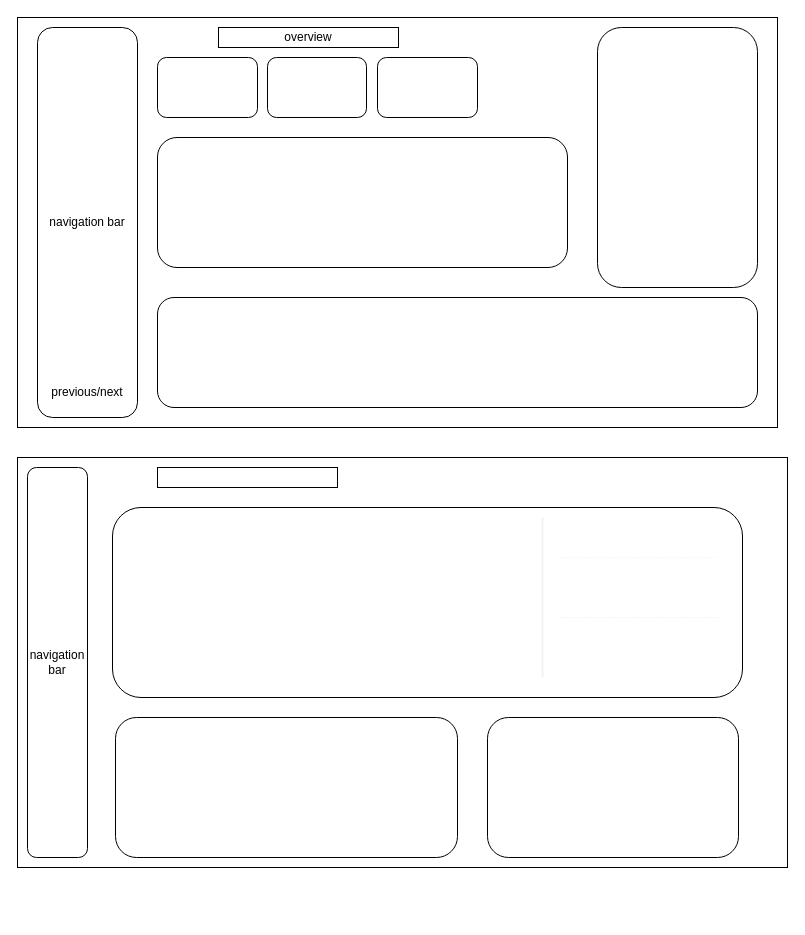
Above: dashboard sketch.drawio in tmaks7/PROJECT-1 (draw.io), before the change. Source tidied: cells renumbered, new cells numbered last; positions are measured from the earlier drawing's top-left corner, leaving out a move shared by most shapes. Both pictures are drawn from the tidied source at 100%, with x=0, y=0 at pixel (17, 17).
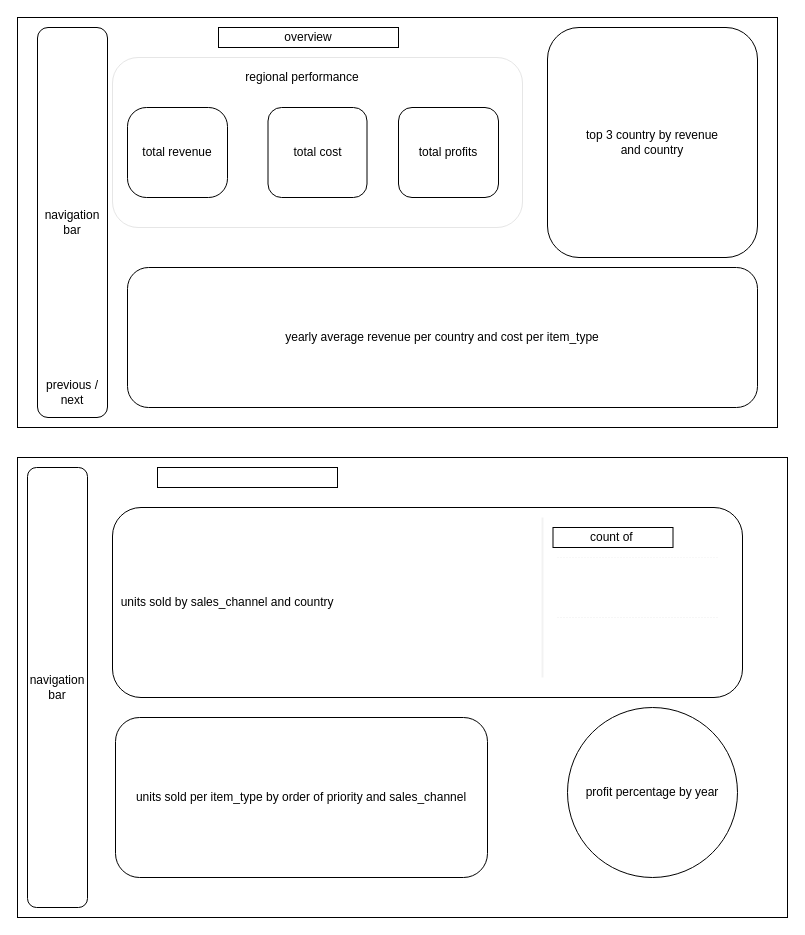
Above is the later version.

Diff of the diagram source:
```diff
@@
     <mxCell id="3" value="navigation bar" style="rounded=1;whiteSpace=wrap;html=1;" parent="1" vertex="1">
-      <mxGeometry x="20" y="10" width="100" height="390" as="geometry" />
+      <mxGeometry x="20" y="10" width="70" height="390" as="geometry" />
     </mxCell>
@@
-    <mxCell id="5" value="previous/next" style="text;strokeColor=none;align=center;fillColor=none;html=1;verticalAlign=middle;whiteSpace=wrap;rounded=0;" parent="1" vertex="1">
-      <mxGeometry x="40" y="360" width="60" height="30" as="geometry" />
+    <mxCell id="5" value="previous /&lt;br&gt;next" style="text;strokeColor=none;align=center;fillColor=none;html=1;verticalAlign=middle;whiteSpace=wrap;rounded=0;" parent="1" vertex="1">
+      <mxGeometry x="25" y="360" width="60" height="30" as="geometry" />
     </mxCell>
-    <mxCell id="6" style="rounded=1;whiteSpace=wrap;html=1;" parent="1" vertex="1">
-      <mxGeometry x="140" y="40" width="100" height="60" as="geometry" />
-    </mxCell>
-    <mxCell id="7" style="rounded=1;whiteSpace=wrap;html=1;" parent="1" vertex="1">
-      <mxGeometry x="250" y="40" width="99" height="60" as="geometry" />
-    </mxCell>
-    <mxCell id="8" style="rounded=1;whiteSpace=wrap;html=1;" parent="1" vertex="1">
-      <mxGeometry x="360" y="40" width="100" height="60" as="geometry" />
-    </mxCell>
-    <mxCell id="9" style="rounded=1;whiteSpace=wrap;html=1;" parent="1" vertex="1">
-      <mxGeometry x="580" y="10" width="160" height="260" as="geometry" />
+    <mxCell id="9" value="top 3 country by revenue&lt;br&gt;and country" style="rounded=1;whiteSpace=wrap;html=1;" parent="1" vertex="1">
+      <mxGeometry x="530" y="10" width="210" height="230" as="geometry" />
     </mxCell>
-    <mxCell id="10" style="rounded=1;whiteSpace=wrap;html=1;" parent="1" vertex="1">
-      <mxGeometry x="140" y="280" width="600" height="110" as="geometry" />
+    <mxCell id="10" value="yearly average revenue per country and cost per item_type" style="rounded=1;whiteSpace=wrap;html=1;" parent="1" vertex="1">
+      <mxGeometry x="110" y="250" width="630" height="140" as="geometry" />
     </mxCell>
-    <mxCell id="11" style="rounded=1;whiteSpace=wrap;html=1;" parent="1" vertex="1">
-      <mxGeometry x="140" y="120" width="410" height="130" as="geometry" />
+    <mxCell id="11" style="rounded=1;whiteSpace=wrap;html=1;strokeColor=#E6E6E6;" parent="1" vertex="1">
+      <mxGeometry x="95" y="40" width="410" height="170" as="geometry" />
     </mxCell>
     <mxCell id="12" style="rounded=0;whiteSpace=wrap;html=1;" parent="1" vertex="1">
-      <mxGeometry y="440" width="770" height="410" as="geometry" />
+      <mxGeometry y="440" width="770" height="460" as="geometry" />
     </mxCell>
     <mxCell id="13" value="navigation bar" style="rounded=1;whiteSpace=wrap;html=1;" parent="1" vertex="1">
-      <mxGeometry x="10" y="450" width="60" height="390" as="geometry" />
+      <mxGeometry x="10" y="450" width="60" height="440" as="geometry" />
     </mxCell>
-    <mxCell id="14" style="rounded=1;whiteSpace=wrap;html=1;" parent="1" vertex="1">
+    <mxCell id="14" value="&lt;div style=&quot;&quot;&gt;&lt;span style=&quot;background-color: initial;&quot;&gt;&lt;span style=&quot;white-space: pre;&quot;&gt; &lt;/span&gt;&lt;span style=&quot;white-space: pre;&quot;&gt; &lt;/span&gt;units sold by sales_channel and country&lt;/span&gt;&lt;/div&gt;" style="rounded=1;whiteSpace=wrap;html=1;align=left;" parent="1" vertex="1">
       <mxGeometry x="95" y="490" width="630" height="190" as="geometry" />
     </mxCell>
-    <mxCell id="15" style="rounded=1;whiteSpace=wrap;html=1;" parent="1" vertex="1">
-      <mxGeometry x="98" y="700" width="342" height="140" as="geometry" />
+    <mxCell id="15" value="units sold per item_type by order of priority and sales_channel" style="rounded=1;whiteSpace=wrap;html=1;" parent="1" vertex="1">
+      <mxGeometry x="98" y="700" width="372" height="160" as="geometry" />
     </mxCell>
-    <mxCell id="16" style="rounded=1;whiteSpace=wrap;html=1;" parent="1" vertex="1">
-      <mxGeometry x="470" y="700" width="251" height="140" as="geometry" />
-    </mxCell>
@@
+    <mxCell id="21" value="total revenue" style="rounded=1;whiteSpace=wrap;html=1;arcSize=21;" parent="1" vertex="1">
+      <mxGeometry x="110" y="90" width="100" height="90" as="geometry" />
+    </mxCell>
+    <mxCell id="22" value="total cost" style="rounded=1;whiteSpace=wrap;html=1;" parent="1" vertex="1">
+      <mxGeometry x="250.5" y="90" width="99" height="90" as="geometry" />
+    </mxCell>
+    <mxCell id="23" value="total profits" style="rounded=1;whiteSpace=wrap;html=1;" parent="1" vertex="1">
+      <mxGeometry x="381" y="90" width="100" height="90" as="geometry" />
+    </mxCell>
+    <mxCell id="24" value="regional performance" style="rounded=0;whiteSpace=wrap;html=1;strokeColor=#FFFFFF;" parent="1" vertex="1">
+      <mxGeometry x="200" y="50" width="170" height="20" as="geometry" />
+    </mxCell>
+    <mxCell id="25" value="count of&amp;nbsp;" style="rounded=0;whiteSpace=wrap;html=1;" parent="1" vertex="1">
+      <mxGeometry x="535.5" y="510" width="120" height="20" as="geometry" />
+    </mxCell>
+    <mxCell id="26" value="profit percentage by year" style="ellipse;whiteSpace=wrap;html=1;" parent="1" vertex="1">
+      <mxGeometry x="550" y="690" width="170" height="170" as="geometry" />
+    </mxCell>
```
